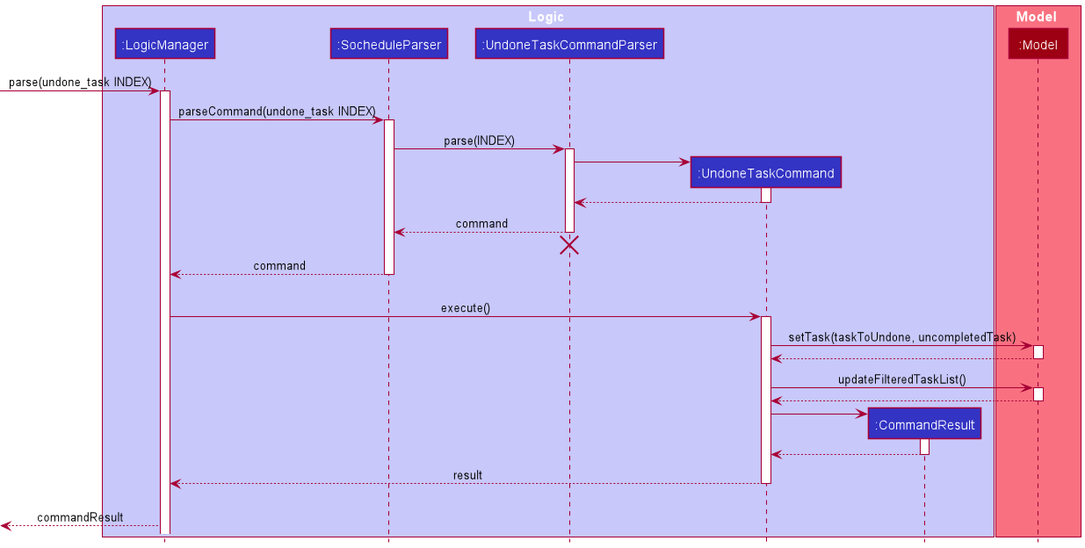
This is docs/images/UndoneTaskCommandSequenceDiagram.png from nus-cs2103-AY2021S2/tp, a PlantUML export, as it was before one commit.
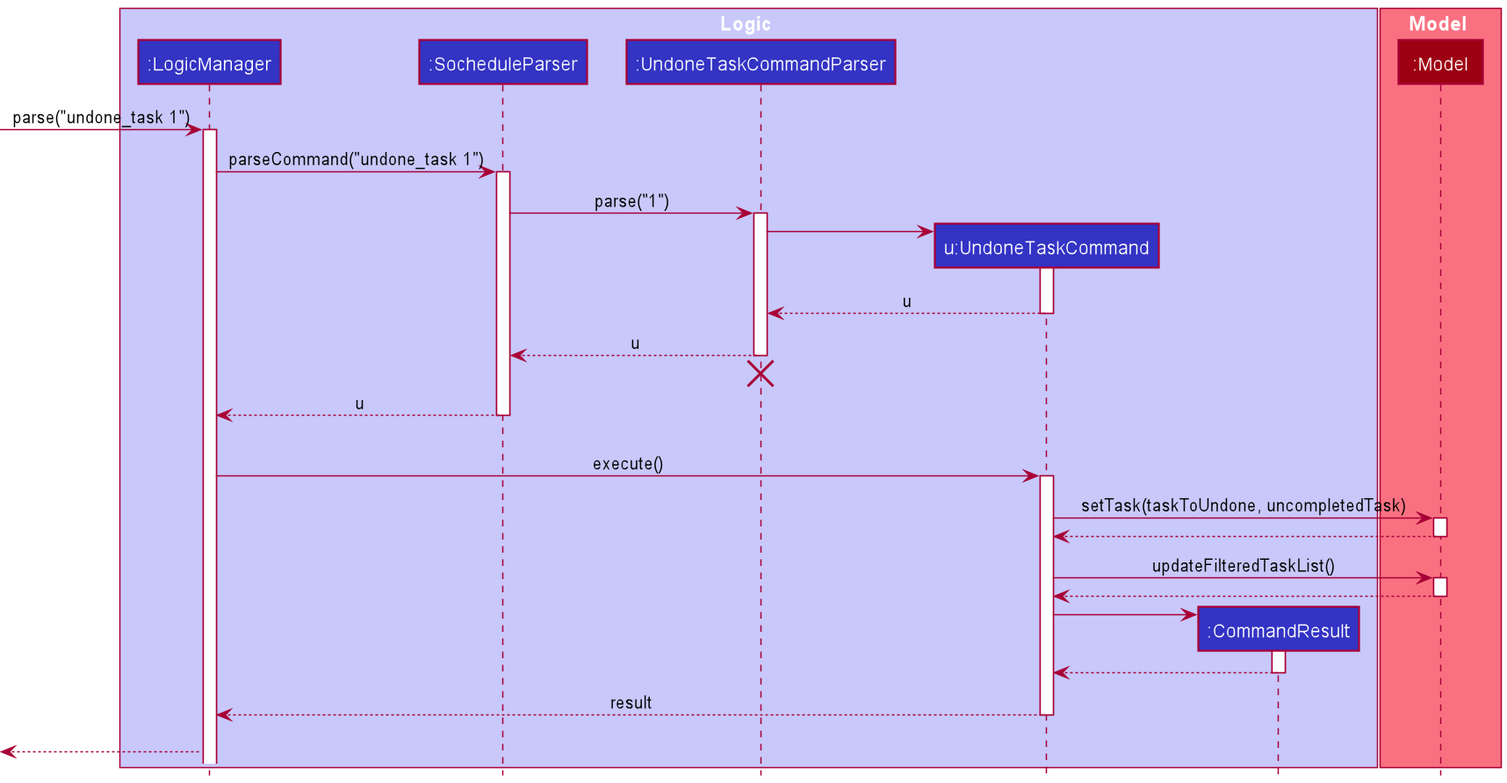
Above is the later version.

Commit message:
Update UML for undone_task

What changed in the source:
```diff
@@ -5,7 +5,7 @@
 participant ":LogicManager" as LogicManager LOGIC_COLOR
 participant ":SocheduleParser" as SocheduleParser LOGIC_COLOR
 participant ":UndoneTaskCommandParser" as UndoneTaskCommandParser LOGIC_COLOR
-participant ":UndoneTaskCommand" as UndoneTaskCommand LOGIC_COLOR
+participant "u:UndoneTaskCommand" as UndoneTaskCommand LOGIC_COLOR
 participant ":CommandResult" as CommandResult LOGIC_COLOR
 end box
 
@@ -13,27 +13,27 @@
 participant ":Model" as Model MODEL_COLOR
 end box
 
-[-> LogicManager : parse(undone_task INDEX)
+[-> LogicManager : parse("undone_task 1")
 activate LogicManager
 
-LogicManager -> SocheduleParser : parseCommand(undone_task INDEX)
+LogicManager -> SocheduleParser : parseCommand("undone_task 1")
 activate SocheduleParser
 
-SocheduleParser -> UndoneTaskCommandParser: parse(INDEX)
+SocheduleParser -> UndoneTaskCommandParser: parse("1")
 activate UndoneTaskCommandParser
 
 create UndoneTaskCommand
 UndoneTaskCommandParser -> UndoneTaskCommand
 activate UndoneTaskCommand
-UndoneTaskCommandParser <--UndoneTaskCommand :
+UndoneTaskCommandParser <--UndoneTaskCommand : u
 deactivate UndoneTaskCommand
 
-SocheduleParser <--UndoneTaskCommandParser : command
+SocheduleParser <--UndoneTaskCommandParser : u
 deactivate UndoneTaskCommandParser
 UndoneTaskCommandParser -[hidden]->[
 destroy UndoneTaskCommandParser
 
-LogicManager <-- SocheduleParser : command
+LogicManager <-- SocheduleParser : u
 deactivate SocheduleParser
 SocheduleParser -[hidden]->[
 
@@ -60,5 +60,5 @@
 deactivate UndoneTaskCommand
 UndoneTaskCommand -[hidden]->[
 
-[<-- LogicManager : commandResult
+[<-- LogicManager :
 @enduml
```
